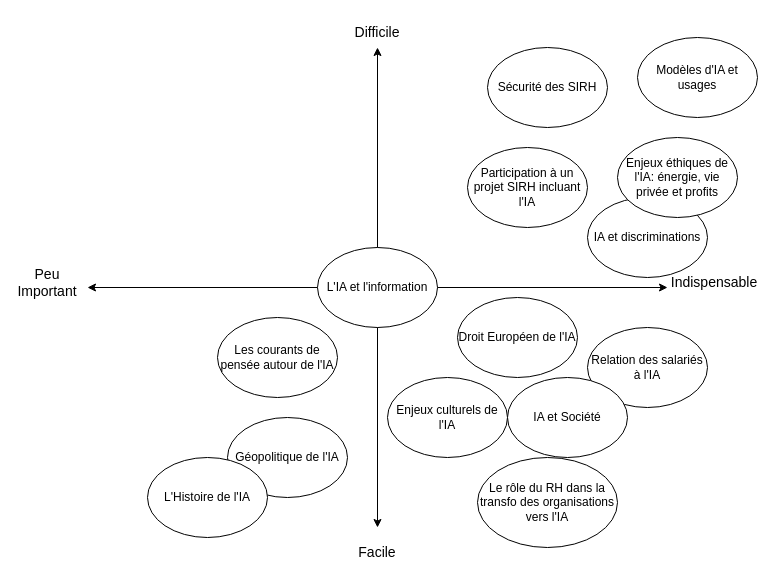
Above: page "Carte des apprentissages" (2 of 3) of Cours IA et RH.drawio in Fabrice-64/Drawings (draw.io), before the change. Source tidied: cells renumbered, new cells numbered last; positions are measured from the earlier drawing's top-left corner, leaving out a move shared by most shapes. Both pictures are drawn from the tidied source at 100%, with x=0, y=0 at pixel (17, 17).
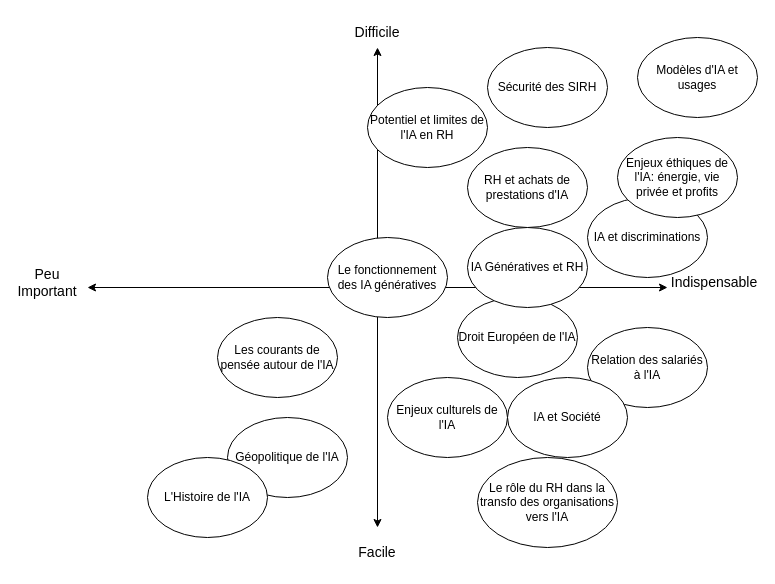
The same diagram, later.

Diff of the diagram source:
```diff
@@
-    <mxCell id="15" value="Participation à un projet SIRH incluant l'IA" style="ellipse;whiteSpace=wrap;html=1;" parent="1" vertex="1">
+    <mxCell id="15" value="RH et achats de prestations d'IA" style="ellipse;whiteSpace=wrap;html=1;" parent="1" vertex="1">
       <mxGeometry x="450" y="130" width="120" height="80" as="geometry" />
     </mxCell>
@@
-    <mxCell id="18" value="L'IA et l'information" style="ellipse;whiteSpace=wrap;html=1;" parent="1" vertex="1">
-      <mxGeometry x="300" y="230" width="120" height="80" as="geometry" />
+    <mxCell id="18" value="IA Génératives et RH" style="ellipse;whiteSpace=wrap;html=1;" parent="1" vertex="1">
+      <mxGeometry x="450" y="210" width="120" height="80" as="geometry" />
     </mxCell>
@@
+    <mxCell id="22" value="Potentiel et limites de l'IA en RH" style="ellipse;whiteSpace=wrap;html=1;" parent="1" vertex="1">
+      <mxGeometry x="350" y="70" width="120" height="80" as="geometry" />
+    </mxCell>
+    <mxCell id="23" value="Le fonctionnement des IA génératives" style="ellipse;whiteSpace=wrap;html=1;" parent="1" vertex="1">
+      <mxGeometry x="310" y="220" width="120" height="80" as="geometry" />
+    </mxCell>
```
